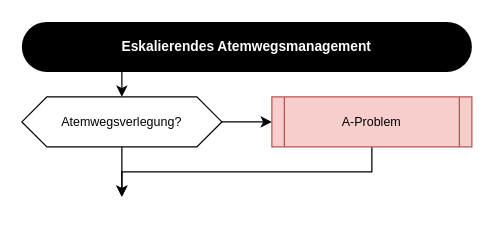
steiiin/notsan-app keeps this draw.io diagram as assets/flows/atemwegsmanagement.drawio. Above is the earlier version. Source tidied: cells renumbered, new cells numbered last; positions are measured from the earlier drawing's top-left corner, leaving out a move shared by most shapes. Both pictures are drawn from the tidied source at 125%, with x=0, y=0 at pixel (21, 21).
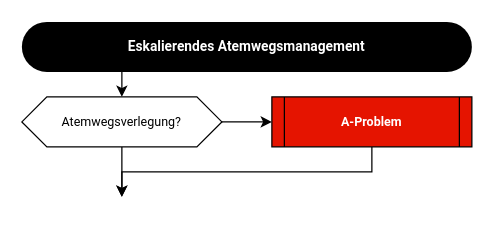
Above is the later version.

The edit, as a diff of the source:
```diff
@@
 <mxGraphModel>
   <root>
     <mxCell id="0" />
     <mxCell id="1" parent="0" />
     <mxCell id="2" style="edgeStyle=orthogonalEdgeStyle;rounded=0;jettySize=auto;html=1;" parent="1" edge="1" source="3" target="6">
       <mxGeometry relative="1" as="geometry">
         <Array as="points">
           <mxPoint x="80" y="50" />
           <mxPoint x="80" y="50" />
         </Array>
       </mxGeometry>
     </mxCell>
-    <mxCell id="3" value="Eskalierendes Atemwegsmanagement" style="rounded=1;whiteSpace=wrap;html=1;fillColor=#000000;fontColor=#ffffff;strokeColor=none;fillStyle=auto;fontFamily=bahnschrift;glass=0;shadow=0;arcSize=50;fontStyle=1;fontSize=11;" parent="1" vertex="1">
+    <mxCell id="3" value="Eskalierendes Atemwegsmanagement" style="rounded=1;whiteSpace=wrap;html=1;fillColor=#000000;fontColor=#ffffff;strokeColor=none;fillStyle=auto;fontFamily=&quot;Roboto&quot;, &quot;Helvetica Neue&quot;, sans-serif; &quot;Helvetia Neue&quot;;glass=0;shadow=0;arcSize=50;fontStyle=1;fontSize=11;" parent="1" vertex="1">
       <mxGeometry width="360" height="40" as="geometry" />
     </mxCell>
     <mxCell id="4" style="edgeStyle=orthogonalEdgeStyle;rounded=0;jettySize=auto;html=1;" parent="1" edge="1" source="6" target="8">
       <mxGeometry relative="1" as="geometry" />
     </mxCell>
     <mxCell id="5" style="edgeStyle=orthogonalEdgeStyle;rounded=0;jettySize=auto;html=1;" parent="1" edge="1" source="6">
       <mxGeometry relative="1" as="geometry">
         <mxPoint x="80" y="140" as="targetPoint" />
       </mxGeometry>
     </mxCell>
-    <mxCell id="6" value="Atemwegsverlegung?" style="shape=hexagon;perimeter=hexagonPerimeter2;whiteSpace=wrap;html=1;fixedSize=1;fontFamily=bahnschrift;fontSize=10;fontStyle=0;" parent="1" vertex="1">
+    <mxCell id="6" value="Atemwegsverlegung?" style="shape=hexagon;perimeter=hexagonPerimeter2;whiteSpace=wrap;html=1;fixedSize=1;fontFamily=&quot;Roboto&quot;, &quot;Helvetica Neue&quot;, sans-serif;fontSize=10;fontStyle=0;fillColor=default;" parent="1" vertex="1">
       <mxGeometry y="60" width="160" height="40" as="geometry" />
     </mxCell>
     <mxCell id="7" style="edgeStyle=orthogonalEdgeStyle;rounded=0;jettySize=auto;html=1;entryX=0.5;entryY=0;entryDx=0;entryDy=0;" parent="1" edge="1" source="8">
       <mxGeometry relative="1" as="geometry">
         <mxPoint x="80" y="140" as="targetPoint" />
         <Array as="points">
           <mxPoint x="280" y="120" />
           <mxPoint x="80" y="120" />
         </Array>
       </mxGeometry>
     </mxCell>
-    <mxCell id="8" value="A-Problem" style="shape=process;whiteSpace=wrap;html=1;backgroundOutline=1;size=0.0625;fillColor=#f8cecc;strokeColor=#b85450;fontSize=10;glass=0;rounded=0;" parent="1" vertex="1">
+    <mxCell id="8" value="A-Problem" style="shape=process;whiteSpace=wrap;html=1;backgroundOutline=1;size=0.0625;fillColor=#e51400;strokeColor=default;fontSize=10;glass=0;rounded=0;fontColor=#ffffff;fontFamily=&quot;Roboto&quot;, &quot;Helvetica Neue&quot;, sans-serif;fontStyle=1;" parent="1" vertex="1">
       <mxGeometry x="200" y="60" width="160" height="40" as="geometry" />
     </mxCell>
   </root>
 </mxGraphModel>
```
